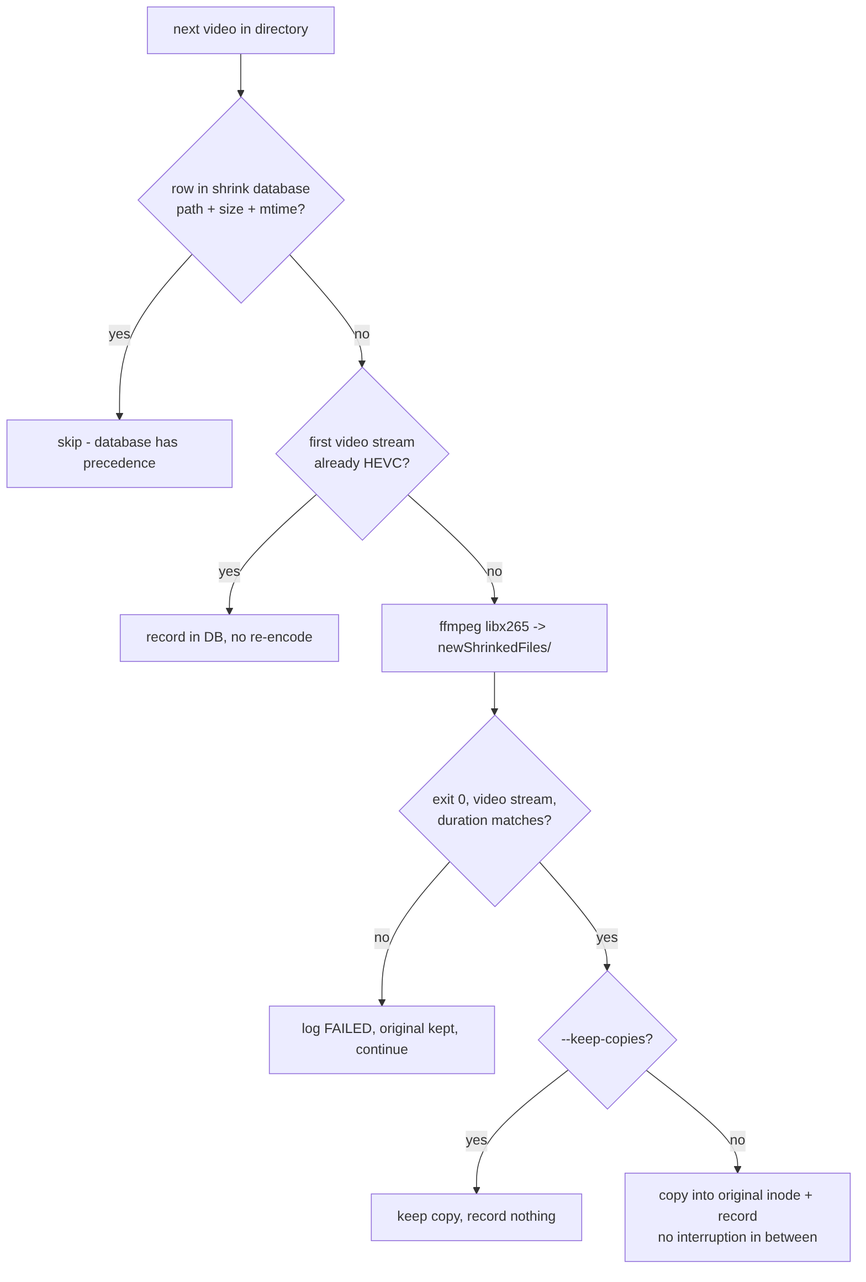
The Mermaid diagram docs/img/shrink_flow.png in peddanet/mediatools, before a commit. Its source is kept beside it as docs/img/shrink_flow.mmd.
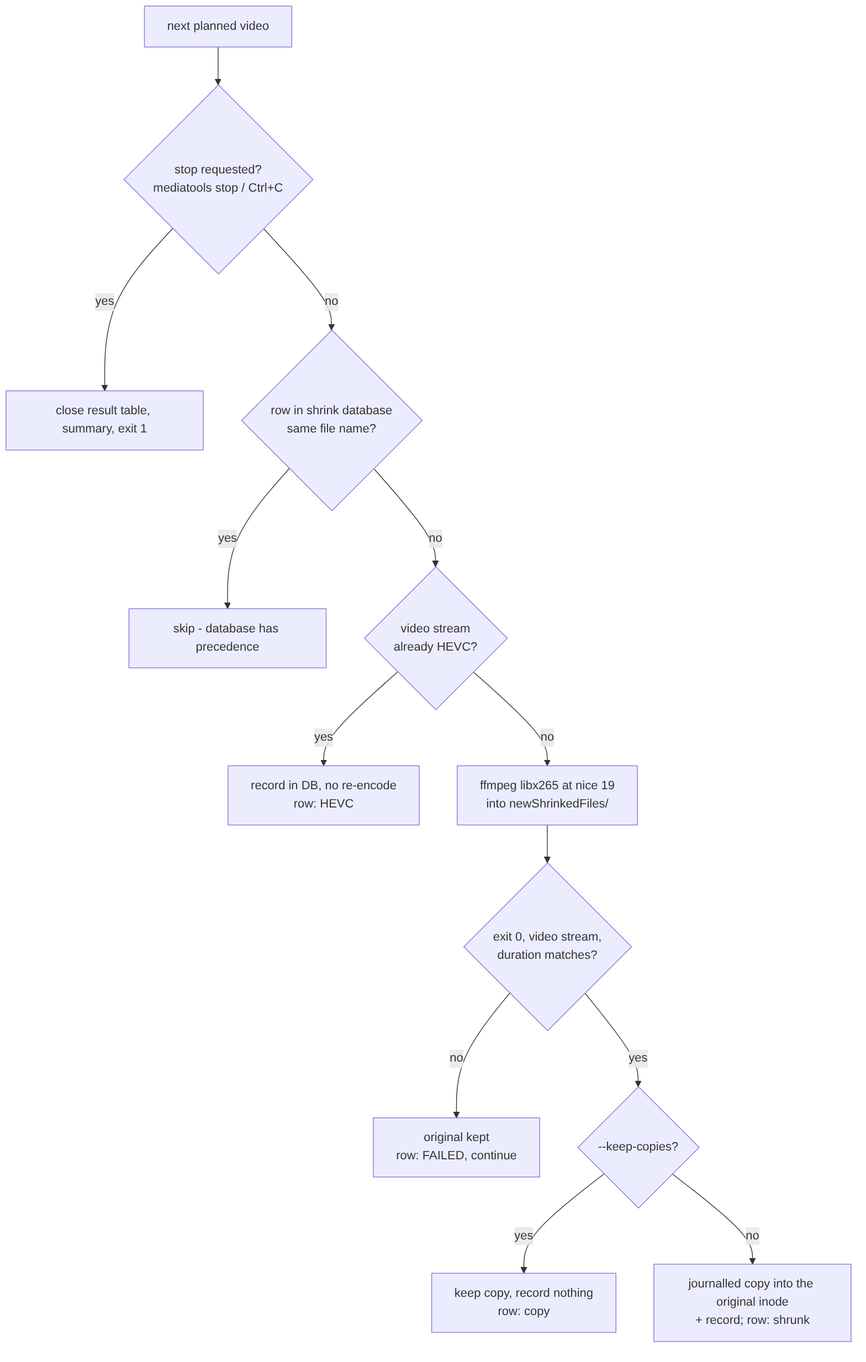
After the commit.

The edit, as a diff of the source:
```diff
@@ -1,11 +1,13 @@
 flowchart TD
-  A[next video in directory] --> B{row in shrink database<br/>path + size + mtime?}
+  A[next planned video] --> X{stop requested?<br/>mediatools stop / Ctrl+C}
+  X -- yes --> END[close result table, summary, exit 1]
+  X -- no --> B{row in shrink database<br/>same file name?}
   B -- yes --> S[skip - database has precedence]
-  B -- no --> C{first video stream<br/>already HEVC?}
-  C -- yes --> R1[record in DB, no re-encode]
-  C -- no --> E[ffmpeg libx265 -> newShrinkedFiles/]
+  B -- no --> C{video stream<br/>already HEVC?}
+  C -- yes --> R1[record in DB, no re-encode<br/>row: HEVC]
+  C -- no --> E[ffmpeg libx265 at nice 19<br/>into newShrinkedFiles/]
   E --> V{exit 0, video stream,<br/>duration matches?}
-  V -- no --> F[log FAILED, original kept, continue]
+  V -- no --> F[original kept<br/>row: FAILED, continue]
   V -- yes --> K{--keep-copies?}
-  K -- yes --> KC[keep copy, record nothing]
-  K -- no --> W[copy into original inode + record<br/>no interruption in between]
+  K -- yes --> KC[keep copy, record nothing<br/>row: copy]
+  K -- no --> W[journalled copy into the original inode<br/>+ record; row: shrunk]
```
